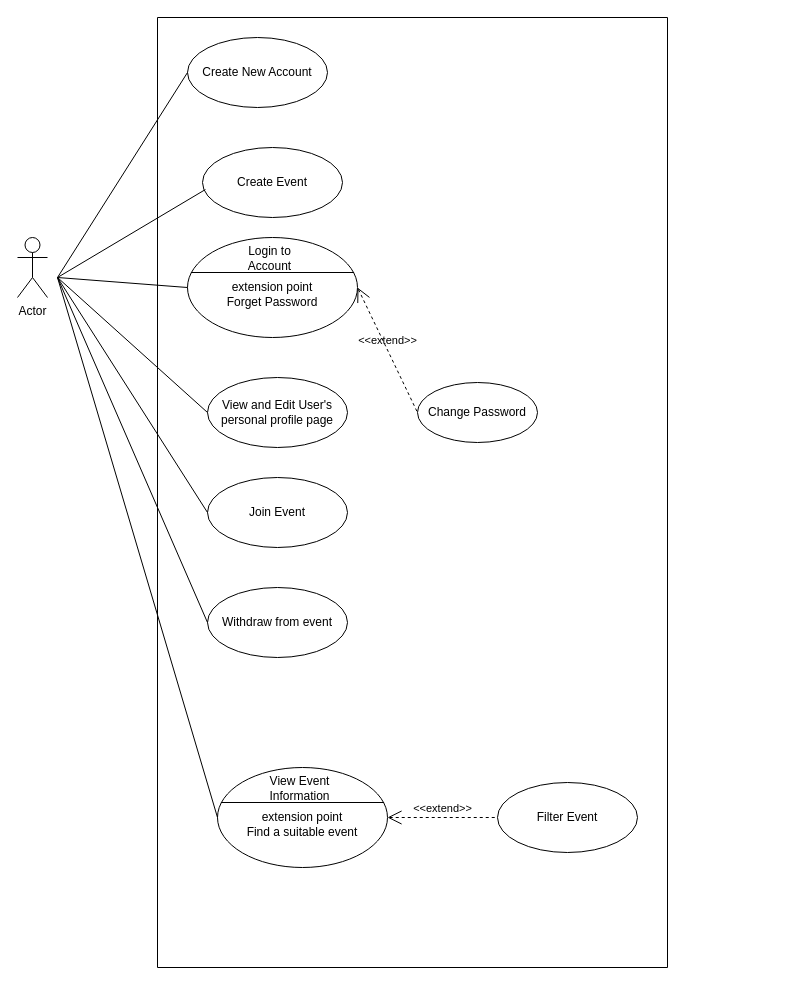
Before: Untitled Diagram.drawio in Tinkybala/basket, a draw.io diagram. Source tidied: cells renumbered, new cells numbered last; positions are measured from the earlier drawing's top-left corner, leaving out a move shared by most shapes. Both pictures are drawn from the tidied source at 100%, with x=0, y=0 at pixel (17, 17).
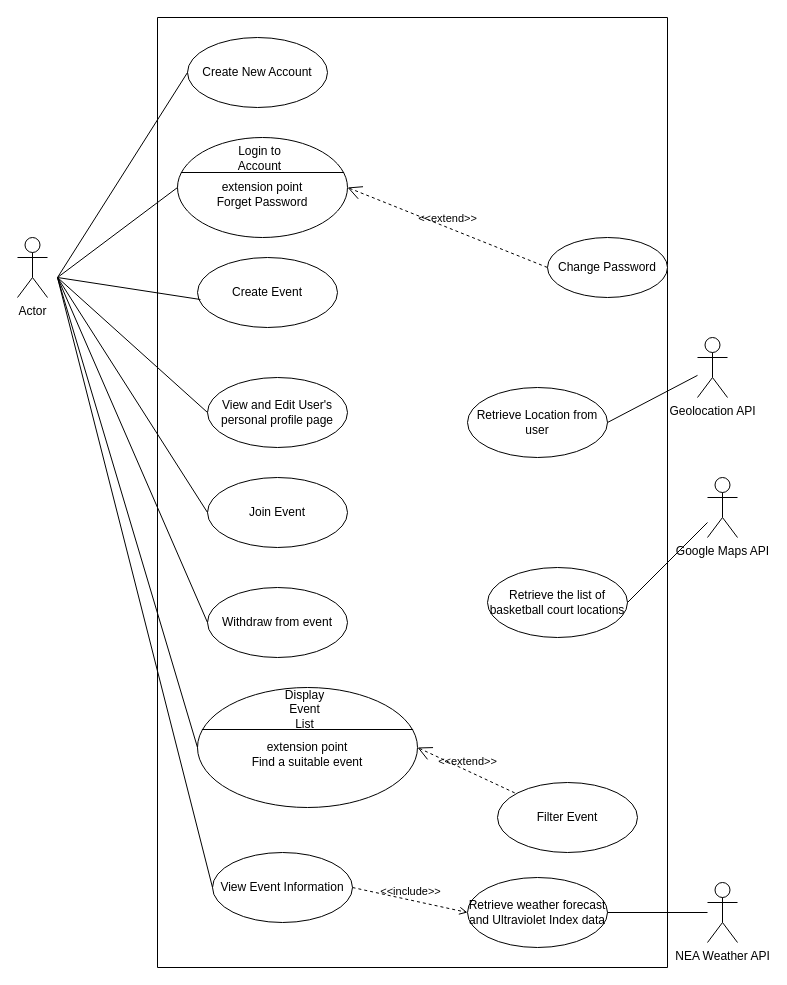
The same diagram, later.

Commit message:
Michael Yip is not straight

Unchanged cells that the change refers to:
```xml
<mxCell id="3" style="swimlane;startSize=0;" parent="1" vertex="1">
  <mxGeometry x="140" width="510" height="950" as="geometry" />
</mxCell>
```

Change to the diagram source:
```diff
@@
     <mxCell id="7" value="Create Event" style="ellipse;whiteSpace=wrap;html=1;" parent="3" vertex="1">
-      <mxGeometry x="45" y="130" width="140" height="70" as="geometry" />
+      <mxGeometry x="40" y="240" width="140" height="70" as="geometry" />
     </mxCell>
@@
     <mxCell id="9" value="&lt;br&gt;extension point&lt;br&gt;&lt;div&gt;Forget Password&lt;/div&gt;" style="html=1;shape=mxgraph.sysml.useCaseExtPt;whiteSpace=wrap;align=center;" parent="3" vertex="1">
-      <mxGeometry x="30" y="220" width="170" height="100" as="geometry" />
+      <mxGeometry x="20" y="120" width="170" height="100" as="geometry" />
     </mxCell>
@@
     <mxCell id="12" value="&lt;span style=&quot;font-weight: normal;&quot;&gt;Change Password&lt;/span&gt;" style="shape=ellipse;html=1;strokeWidth=1;fontStyle=1;whiteSpace=wrap;align=center;perimeter=ellipsePerimeter;" parent="3" vertex="1">
-      <mxGeometry x="260" y="365" width="120" height="60" as="geometry" />
+      <mxGeometry x="390" y="220" width="120" height="60" as="geometry" />
     </mxCell>
@@
     <mxCell id="15" value="&lt;br&gt;extension point&lt;br&gt;&lt;div&gt;Find a suitable event&lt;/div&gt;" style="html=1;shape=mxgraph.sysml.useCaseExtPt;whiteSpace=wrap;align=center;" parent="3" vertex="1">
-      <mxGeometry x="60" y="750" width="170" height="100" as="geometry" />
+      <mxGeometry x="40" y="670" width="220" height="120" as="geometry" />
     </mxCell>
-    <mxCell id="16" value="&lt;span style=&quot;font-weight: 400; text-wrap: wrap;&quot;&gt;View Event Information&lt;/span&gt;" style="html=1;verticalAlign=middle;align=center;labelBackgroundColor=none;fontStyle=1;" parent="15" vertex="1">
-      <mxGeometry x="85" y="21.2" as="geometry">
-        <mxPoint x="-4" y="-1" as="offset" />
+    <mxCell id="16" value="&lt;span style=&quot;font-weight: 400; text-wrap: wrap;&quot;&gt;Display Event List&lt;/span&gt;" style="html=1;verticalAlign=middle;align=center;labelBackgroundColor=none;fontStyle=1;" parent="15" vertex="1">
+      <mxGeometry x="104" y="24" as="geometry">
+        <mxPoint x="2" y="-3" as="offset" />
       </mxGeometry>
     </mxCell>
+    <mxCell id="24" value="Retrieve Location from user" style="ellipse;whiteSpace=wrap;html=1;" parent="3" vertex="1">
+      <mxGeometry x="310" y="370" width="140" height="70" as="geometry" />
+    </mxCell>
+    <mxCell id="25" value="Retrieve the list of basketball court locations" style="ellipse;whiteSpace=wrap;html=1;" parent="3" vertex="1">
+      <mxGeometry x="330" y="550" width="140" height="70" as="geometry" />
+    </mxCell>
+    <mxCell id="26" value="Retrieve weather forecast and Ultraviolet Index data" style="ellipse;whiteSpace=wrap;html=1;" parent="3" vertex="1">
+      <mxGeometry x="310" y="860" width="140" height="70" as="geometry" />
+    </mxCell>
+    <mxCell id="27" value="View Event Information" style="ellipse;whiteSpace=wrap;html=1;" parent="3" vertex="1">
+      <mxGeometry x="55" y="835" width="140" height="70" as="geometry" />
+    </mxCell>
+    <mxCell id="28" value="&amp;lt;&amp;lt;include&amp;gt;&amp;gt;" style="edgeStyle=none;html=1;endArrow=open;verticalAlign=bottom;dashed=1;labelBackgroundColor=none;rounded=0;exitX=1;exitY=0.5;exitDx=0;exitDy=0;entryX=0;entryY=0.5;entryDx=0;entryDy=0;" parent="3" edge="1" source="27" target="26">
+      <mxGeometry relative="1" as="geometry" />
+    </mxCell>
@@
+    <mxCell id="29" value="Geolocation API" style="shape=umlActor;verticalLabelPosition=bottom;verticalAlign=top;html=1;" parent="1" vertex="1">
+      <mxGeometry x="680" y="320" width="30" height="60" as="geometry" />
+    </mxCell>
+    <mxCell id="30" style="edgeStyle=none;html=1;endArrow=none;verticalAlign=bottom;rounded=0;exitX=1;exitY=0.5;exitDx=0;exitDy=0;" parent="1" edge="1" source="24" target="29">
+      <mxGeometry relative="1" as="geometry" />
+    </mxCell>
+    <mxCell id="31" value="Google Maps API" style="shape=umlActor;html=1;verticalLabelPosition=bottom;verticalAlign=top;align=center;" parent="1" vertex="1">
+      <mxGeometry x="690" y="460" width="30" height="60" as="geometry" />
+    </mxCell>
+    <mxCell id="32" value="NEA Weather API" style="shape=umlActor;html=1;verticalLabelPosition=bottom;verticalAlign=top;align=center;" parent="1" vertex="1">
+      <mxGeometry x="690" y="865" width="30" height="60" as="geometry" />
+    </mxCell>
+    <mxCell id="33" style="edgeStyle=none;html=1;endArrow=none;verticalAlign=bottom;rounded=0;entryX=1;entryY=0.5;entryDx=0;entryDy=0;" parent="1" edge="1" source="31" target="25">
+      <mxGeometry relative="1" as="geometry" />
+    </mxCell>
+    <mxCell id="34" style="edgeStyle=none;html=1;endArrow=none;verticalAlign=bottom;rounded=0;entryX=1;entryY=0.5;entryDx=0;entryDy=0;" parent="1" edge="1" source="32" target="26">
+      <mxGeometry relative="1" as="geometry" />
+    </mxCell>
+    <mxCell id="35" style="edgeStyle=none;html=1;endArrow=none;verticalAlign=bottom;rounded=0;entryX=0;entryY=0.5;entryDx=0;entryDy=0;" parent="1" edge="1" target="27">
+      <mxGeometry relative="1" as="geometry">
+        <mxPoint x="40" y="260" as="sourcePoint" />
+      </mxGeometry>
+    </mxCell>
```
